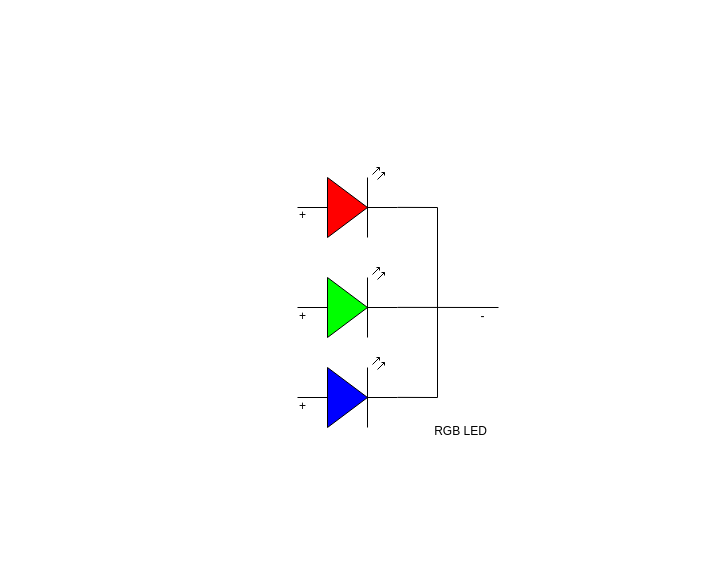
Earlier version of the draw.io diagram scematic_diagram.drawio (clara-tyman2/TEJ3M-Unit-2-04-Arduino). Source tidied: cells renumbered, new cells numbered last; positions are measured from the earlier drawing's top-left corner, leaving out a move shared by most shapes. Both pictures are drawn from the tidied source at 100%, with x=0, y=0 at pixel (287, 167).
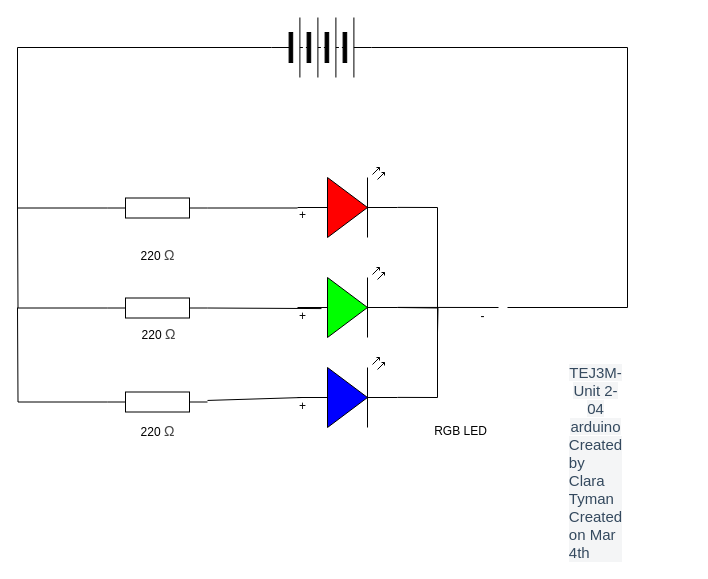
After the change.

Commit message (it also covers changes not shown here):
scematic diagram and main.c

The change refers to these unchanged cells:
```xml
<mxCell id="2" style="group;" parent="1" vertex="1">
  <mxGeometry width="213" height="279" as="geometry" />
</mxCell>
<mxCell id="11" value="+" style="text;html=1;align=center;verticalAlign=middle;points=[];strokeColor=none;fillColor=none;" parent="2" vertex="1">
  <mxGeometry y="134" width="30" height="30" as="geometry" />
</mxCell>
<mxCell id="12" value="+" style="text;html=1;align=center;verticalAlign=middle;points=[];strokeColor=none;fillColor=none;" parent="2" vertex="1">
  <mxGeometry y="224" width="30" height="30" as="geometry" />
</mxCell>
```

Change to the diagram source:
```diff
@@
+    <mxCell id="14" style="edgeStyle=orthogonalEdgeStyle;shape=connector;rounded=0;html=1;strokeColor=default;align=center;verticalAlign=middle;fontFamily=Helvetica;fontSize=11;fontColor=default;labelBackgroundColor=default;endArrow=none;endFill=0;" parent="2" edge="1">
+      <mxGeometry relative="1" as="geometry">
+        <mxPoint x="110" y="140" as="sourcePoint" />
+        <mxPoint x="150" y="165" as="targetPoint" />
+      </mxGeometry>
+    </mxCell>
@@
+    <mxCell id="15" style="verticalLabelPosition=bottom;shadow=0;dashed=0;align=center;html=1;verticalAlign=top;shape=mxgraph.electrical.resistors.resistor_1;" parent="1" vertex="1">
+      <mxGeometry x="-180" y="30.5" width="100" height="20" as="geometry" />
+    </mxCell>
+    <mxCell id="16" style="edgeStyle=orthogonalEdgeStyle;shape=connector;rounded=0;html=1;strokeColor=default;align=center;verticalAlign=middle;fontFamily=Helvetica;fontSize=11;fontColor=default;labelBackgroundColor=default;endArrow=none;endFill=0;" parent="1" edge="1" source="17">
+      <mxGeometry relative="1" as="geometry">
+        <mxPoint x="-270" y="40" as="targetPoint" />
+      </mxGeometry>
+    </mxCell>
+    <mxCell id="17" style="verticalLabelPosition=bottom;shadow=0;dashed=0;align=center;html=1;verticalAlign=top;shape=mxgraph.electrical.resistors.resistor_1;" parent="1" vertex="1">
+      <mxGeometry x="-180" y="130.5" width="100" height="20" as="geometry" />
+    </mxCell>
+    <mxCell id="18" style="edgeStyle=orthogonalEdgeStyle;shape=connector;rounded=0;html=1;strokeColor=default;align=center;verticalAlign=middle;fontFamily=Helvetica;fontSize=11;fontColor=default;labelBackgroundColor=default;endArrow=none;endFill=0;" parent="1" edge="1" source="19">
+      <mxGeometry relative="1" as="geometry">
+        <mxPoint x="-270" y="140" as="targetPoint" />
+      </mxGeometry>
+    </mxCell>
+    <mxCell id="19" style="verticalLabelPosition=bottom;shadow=0;dashed=0;align=center;html=1;verticalAlign=top;shape=mxgraph.electrical.resistors.resistor_1;" parent="1" vertex="1">
+      <mxGeometry x="-180" y="224.5" width="100" height="20" as="geometry" />
+    </mxCell>
+    <mxCell id="20" value="220&amp;nbsp;&lt;span style=&quot;color: rgb(71, 71, 71); font-family: Arial, sans-serif; font-size: 14px; text-align: left; text-wrap-mode: wrap; background-color: rgb(255, 255, 255);&quot;&gt;Ω&lt;/span&gt;" style="text;html=1;align=center;verticalAlign=middle;strokeColor=none;fillColor=none;" parent="1" vertex="1">
+      <mxGeometry x="-160" y="72.5" width="60" height="30" as="geometry" />
+    </mxCell>
+    <mxCell id="21" value="220&amp;nbsp;&lt;span style=&quot;color: rgb(71, 71, 71); font-family: Arial, sans-serif; font-size: 14px; text-align: left; text-wrap-mode: wrap; background-color: rgb(255, 255, 255);&quot;&gt;Ω&lt;/span&gt;" style="text;html=1;align=center;verticalAlign=middle;strokeColor=none;fillColor=none;" parent="1" vertex="1">
+      <mxGeometry x="-159" y="151.5" width="60" height="30" as="geometry" />
+    </mxCell>
+    <mxCell id="22" value="220&amp;nbsp;&lt;span style=&quot;color: rgb(71, 71, 71); font-family: Arial, sans-serif; font-size: 14px; text-align: left; text-wrap-mode: wrap; background-color: rgb(255, 255, 255);&quot;&gt;Ω&lt;/span&gt;" style="text;html=1;align=center;verticalAlign=middle;strokeColor=none;fillColor=none;" parent="1" vertex="1">
+      <mxGeometry x="-160" y="248.5" width="60" height="30" as="geometry" />
+    </mxCell>
+    <mxCell id="23" style="html=1;entryX=0.5;entryY=0.2;entryDx=0;entryDy=0;entryPerimeter=0;endArrow=none;endFill=0;rounded=0;" parent="1" edge="1" source="19" target="12">
+      <mxGeometry relative="1" as="geometry" />
+    </mxCell>
+    <mxCell id="24" style="shape=connector;rounded=0;html=1;exitX=1;exitY=0.5;exitDx=0;exitDy=0;exitPerimeter=0;entryX=1.132;entryY=0.236;entryDx=0;entryDy=0;entryPerimeter=0;strokeColor=default;align=center;verticalAlign=middle;fontFamily=Helvetica;fontSize=11;fontColor=default;labelBackgroundColor=default;endArrow=none;endFill=0;" parent="1" edge="1" source="17" target="11">
+      <mxGeometry relative="1" as="geometry" />
+    </mxCell>
+    <mxCell id="25" style="shape=connector;rounded=0;html=1;strokeColor=default;align=center;verticalAlign=middle;fontFamily=Helvetica;fontSize=11;fontColor=default;labelBackgroundColor=default;endArrow=none;endFill=0;" parent="1" edge="1" source="15">
+      <mxGeometry relative="1" as="geometry">
+        <mxPoint x="10" y="40.5" as="targetPoint" />
+      </mxGeometry>
+    </mxCell>
+    <mxCell id="26" style="verticalLabelPosition=bottom;shadow=0;dashed=0;align=center;html=1;verticalAlign=top;shape=mxgraph.electrical.miscellaneous.batteryStack;fontFamily=Helvetica;fontSize=11;fontColor=default;labelBackgroundColor=default;" parent="1" vertex="1">
+      <mxGeometry x="-16" y="-150" width="100" height="60" as="geometry" />
+    </mxCell>
+    <mxCell id="27" style="edgeStyle=orthogonalEdgeStyle;shape=connector;rounded=0;html=1;entryX=1;entryY=0.5;entryDx=0;entryDy=0;strokeColor=default;align=center;verticalAlign=middle;fontFamily=Helvetica;fontSize=11;fontColor=default;labelBackgroundColor=default;endArrow=none;endFill=0;" parent="1" edge="1" target="26">
+      <mxGeometry relative="1" as="geometry">
+        <mxPoint x="220" y="140" as="sourcePoint" />
+        <Array as="points">
+          <mxPoint x="340" y="140" />
+          <mxPoint x="340" y="-120" />
+        </Array>
+      </mxGeometry>
+    </mxCell>
+    <mxCell id="28" style="edgeStyle=orthogonalEdgeStyle;shape=connector;rounded=0;html=1;entryX=0;entryY=0.5;entryDx=0;entryDy=0;entryPerimeter=0;strokeColor=default;align=center;verticalAlign=middle;fontFamily=Helvetica;fontSize=11;fontColor=default;labelBackgroundColor=default;endArrow=none;endFill=0;" parent="1" edge="1" source="26" target="15">
+      <mxGeometry relative="1" as="geometry">
+        <Array as="points">
+          <mxPoint x="-270" y="-120" />
+          <mxPoint x="-270" y="41" />
+        </Array>
+      </mxGeometry>
+    </mxCell>
+    <mxCell id="29" value="&lt;span style=&quot;color: rgb(52, 73, 94); font-family: ArtifaktElement-Medium, sans-serif; font-size: 15px; text-align: left; text-wrap-mode: wrap; background-color: rgb(244, 245, 246);&quot;&gt;TEJ3M-Unit 2-04 arduino&lt;/span&gt;&lt;div style=&quot;-webkit-tap-highlight-color: rgba(0, 0, 0, 0); box-sizing: border-box; color: rgb(52, 73, 94); font-family: ArtifaktElement-Medium, sans-serif; font-size: 15px; text-align: left; text-wrap-mode: wrap; background-color: rgb(244, 245, 246);&quot;&gt;Created by Clara Tyman&lt;/div&gt;&lt;div style=&quot;-webkit-tap-highlight-color: rgba(0, 0, 0, 0); box-sizing: border-box; color: rgb(52, 73, 94); font-family: ArtifaktElement-Medium, sans-serif; font-size: 15px; text-align: left; text-wrap-mode: wrap; background-color: rgb(244, 245, 246);&quot;&gt;Created on Mar 4th&lt;/div&gt;" style="text;html=1;align=center;verticalAlign=middle;strokeColor=none;fillColor=none;fontFamily=Helvetica;fontSize=11;fontColor=default;labelBackgroundColor=default;" parent="1" vertex="1">
+      <mxGeometry x="213" y="260" width="190" height="70" as="geometry" />
+    </mxCell>
```
